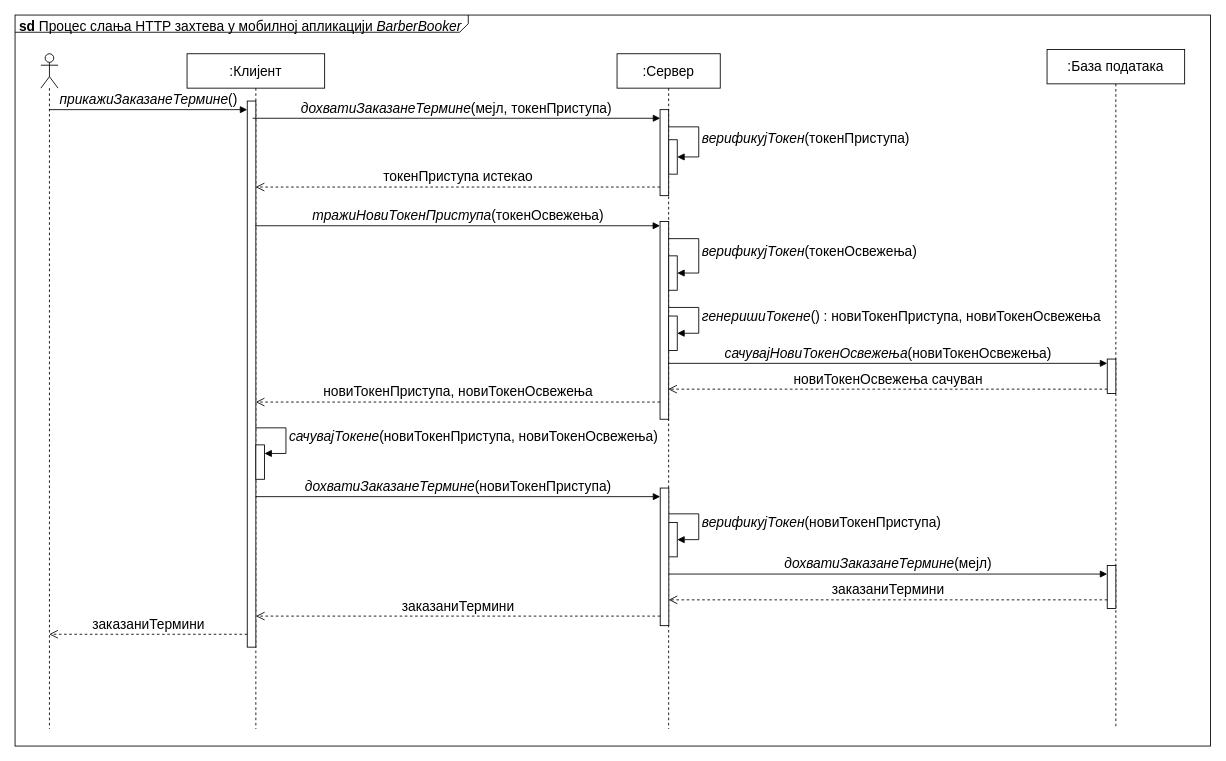
This is drawio/diagrams/barberbooker_http_request_process.drawio from PavleSarenac/thesis, a draw.io file, before an edit. Source tidied: cells renumbered, new cells numbered last; positions are measured from the earlier drawing's top-left corner, leaving out a move shared by most shapes. Both pictures are drawn from the tidied source at 86%, with x=0, y=0 at pixel (15, 15).
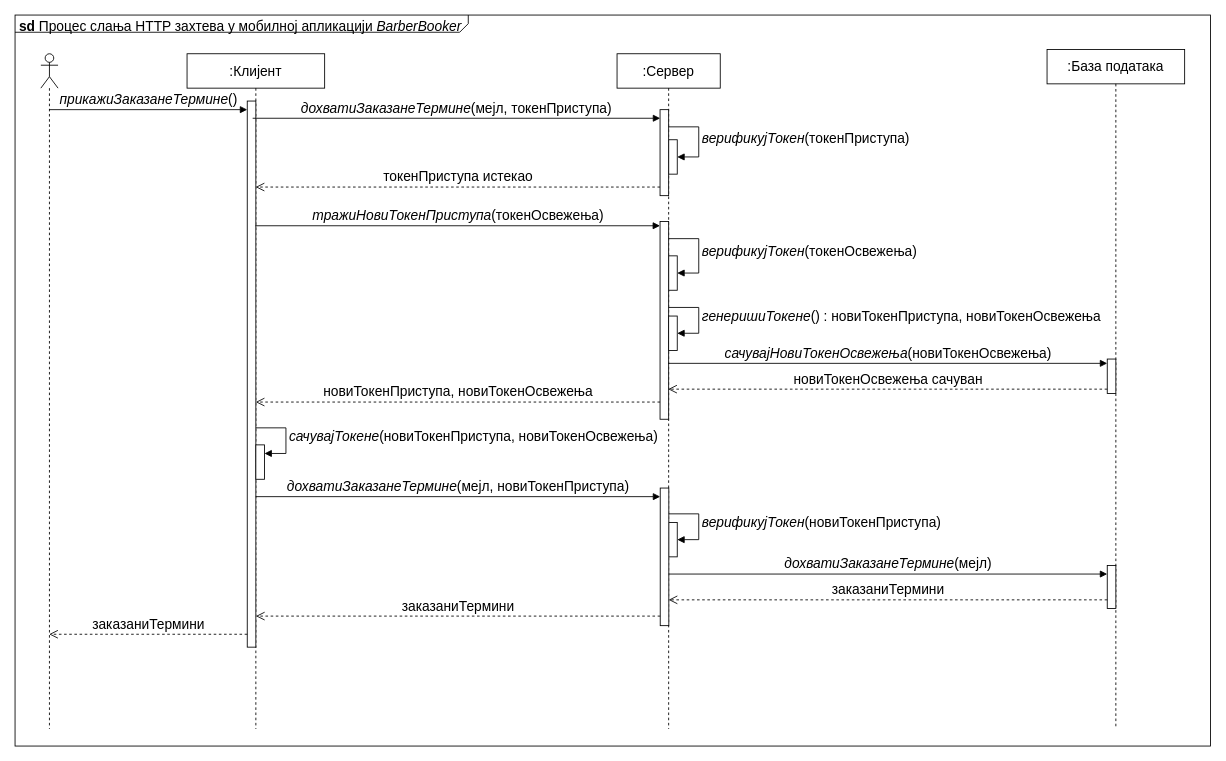
The same page after the edit.

The change refers to these unchanged cells:
```xml
<mxCell id="26" style="html=1;points=[[0,0,0,0,5],[0,1,0,0,-5],[1,0,0,0,5],[1,1,0,0,-5]];perimeter=orthogonalPerimeter;outlineConnect=0;targetShapes=umlLifeline;portConstraint=eastwest;newEdgeStyle={&quot;curved&quot;:0,&quot;rounded&quot;:0};fontSize=16;" parent="1" vertex="1">
  <mxGeometry x="750.2" y="550" width="10" height="160" as="geometry" />
</mxCell>
```

Change to the diagram source:
```diff
@@
-    <mxCell id="27" value="&lt;i&gt;дохватиЗаказанеТермине&lt;/i&gt;&lt;span&gt;(&lt;/span&gt;&lt;span style=&quot;text-align: left;&quot;&gt;новиТокенПриступа&lt;/span&gt;&lt;span&gt;)&lt;/span&gt;" style="html=1;verticalAlign=bottom;endArrow=block;curved=0;rounded=0;fontSize=16;" parent="1" edge="1" target="26">
+    <mxCell id="27" value="&lt;i&gt;дохватиЗаказанеТермине&lt;/i&gt;&lt;span&gt;(мејл,&amp;nbsp;&lt;/span&gt;&lt;span style=&quot;text-align: left;&quot;&gt;новиТокенПриступа&lt;/span&gt;&lt;span&gt;)&lt;/span&gt;" style="html=1;verticalAlign=bottom;endArrow=block;curved=0;rounded=0;fontSize=16;" parent="1" edge="1" target="26">
       <mxGeometry relative="1" as="geometry">
         <mxPoint x="279.8" y="560" as="sourcePoint" />
       </mxGeometry>
     </mxCell>
```
